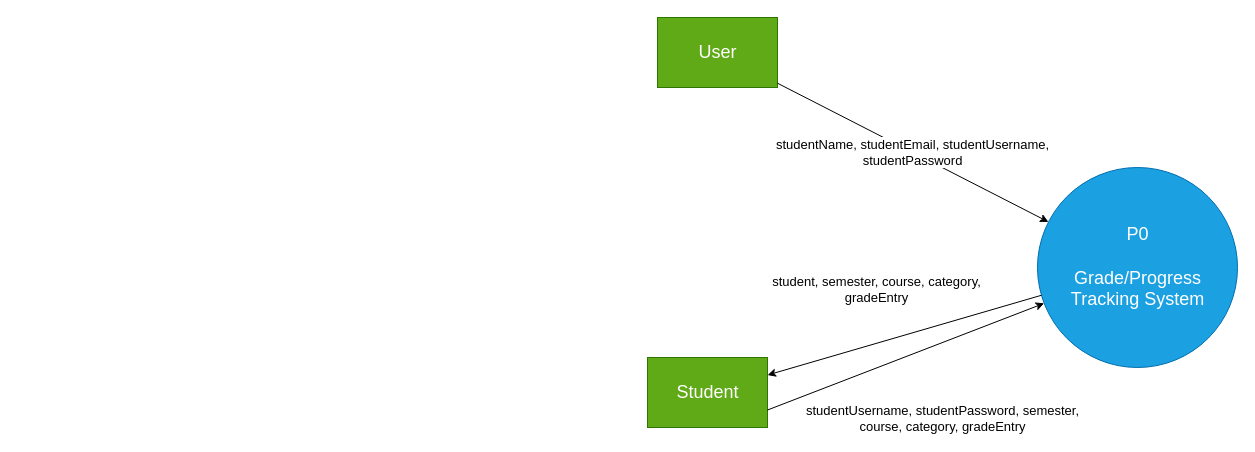
This is docs/level_0_dfd/level_0_dfd.drawio from KYDronePilot/CSC-440-Team-Project, a draw.io file, before an edit. Source tidied: cells renumbered, new cells numbered last; positions are measured from the earlier drawing's top-left corner, leaving out a move shared by most shapes. Both pictures are drawn from the tidied source at 100%, with x=0, y=0 at pixel (647, 17).
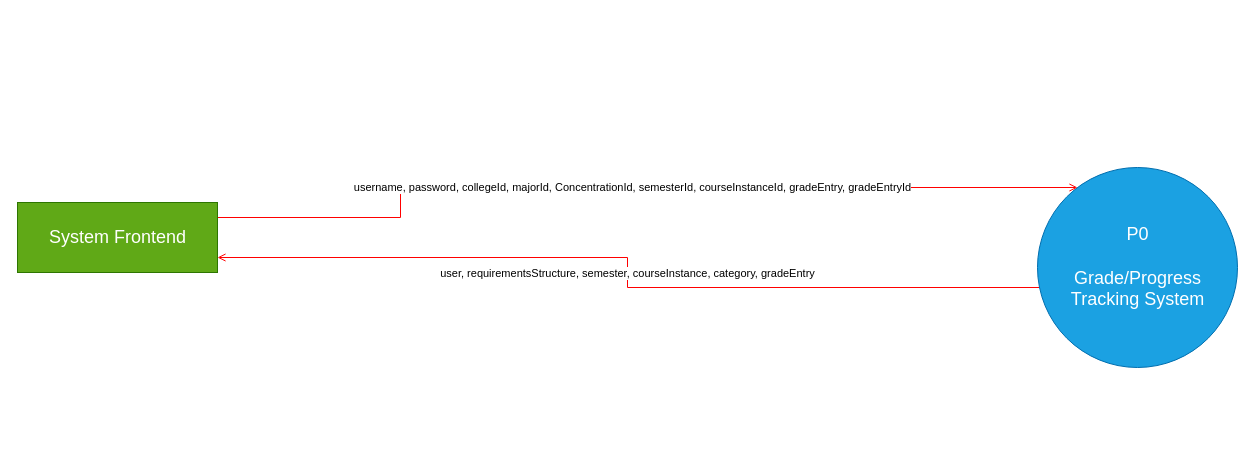
The same diagram, later.

Commit message:
Started refactoring DFD diagrams

Change to the diagram source:
```diff
@@
 <mxGraphModel>
   <root>
     <mxCell id="0" />
     <mxCell id="1" parent="0" />
+    <mxCell id="8" value="user, requirementsStructure, semester, courseInstance, category, gradeEntry" style="edgeStyle=orthogonalEdgeStyle;rounded=0;jettySize=auto;html=1;endArrow=open;endFill=0;strokeColor=#FF0000;" parent="1" edge="1" source="2" target="10">
+      <mxGeometry relative="1" as="geometry">
+        <Array as="points">
+          <mxPoint x="-20" y="270" />
+          <mxPoint x="-20" y="240" />
+        </Array>
+      </mxGeometry>
+    </mxCell>
     <mxCell id="2" value="P0&lt;br&gt;&lt;br&gt;Grade/Progress&lt;br&gt;Tracking System" style="shape=ellipse;html=1;dashed=0;whitespace=wrap;perimeter=ellipsePerimeter;fillColor=#1ba1e2;strokeColor=#006EAF;fontColor=#ffffff;fontSize=18;" parent="1" vertex="1">
       <mxGeometry x="390" y="150" width="200" height="200" as="geometry" />
     </mxCell>
-    <mxCell id="3" value="Student" style="html=1;dashed=0;whitespace=wrap;fillColor=#60a917;strokeColor=#2D7600;fontColor=#ffffff;fontSize=18;" parent="1" vertex="1">
-      <mxGeometry y="340" width="120" height="70" as="geometry" />
-    </mxCell>
-    <mxCell id="4" value="User" style="html=1;dashed=0;whitespace=wrap;fillColor=#60a917;strokeColor=#2D7600;fontColor=#ffffff;fontSize=18;" parent="1" vertex="1">
-      <mxGeometry x="10" width="120" height="70" as="geometry" />
-    </mxCell>
-    <mxCell id="5" value="&lt;font style=&quot;font-size: 13px&quot;&gt;studentName, studentEmail, studentUsername,&lt;br&gt;studentPassword&lt;/font&gt;" style="endArrow=classic;html=1;" parent="1" edge="1" source="4" target="2">
-      <mxGeometry relative="1" as="geometry" />
-    </mxCell>
-    <mxCell id="6" value="&lt;font style=&quot;font-size: 13px&quot;&gt;studentUsername, studentPassword, semester,&lt;br&gt;course, category, gradeEntry&lt;br&gt;&lt;/font&gt;" style="endArrow=classic;html=1;exitX=1;exitY=0.75;exitDx=0;exitDy=0;" parent="1" edge="1" source="3" target="2">
-      <mxGeometry x="0.08" y="-71" relative="1" as="geometry" />
-    </mxCell>
-    <mxCell id="7" value="&lt;font style=&quot;font-size: 13px&quot;&gt;student, semester, course, category,&lt;br&gt;gradeEntry&lt;br&gt;&lt;/font&gt;" style="endArrow=classic;html=1;" parent="1" edge="1" source="2" target="3">
-      <mxGeometry x="0.1" y="-52" relative="1" as="geometry" />
-    </mxCell>
+    <mxCell id="9" value="username, password, collegeId, majorId, ConcentrationId, semesterId, courseInstanceId, gradeEntry, gradeEntryId" style="edgeStyle=orthogonalEdgeStyle;rounded=0;jettySize=auto;html=1;strokeColor=#FF0000;endArrow=open;endFill=0;" parent="1" edge="1" source="10" target="2">
+      <mxGeometry relative="1" as="geometry">
+        <Array as="points">
+          <mxPoint x="-247" y="200" />
+          <mxPoint x="-247" y="170" />
+        </Array>
+      </mxGeometry>
+    </mxCell>
+    <mxCell id="10" value="System Frontend" style="html=1;dashed=0;whitespace=wrap;fillColor=#60a917;strokeColor=#2D7600;fontColor=#ffffff;fontSize=18;" parent="1" vertex="1">
+      <mxGeometry x="-630" y="185" width="200" height="70" as="geometry" />
+    </mxCell>
   </root>
 </mxGraphModel>
```
